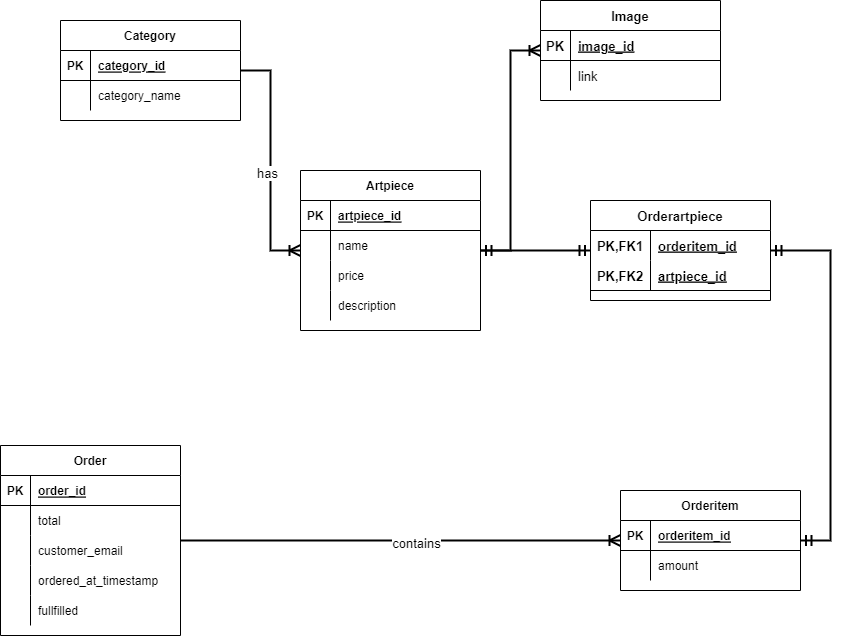
Above: src/main/resources/static/DatabaseModel.png in noTirT/store-backend (draw.io), before the change. Source tidied: cells renumbered, new cells last; positions are measured from the earlier drawing's top-left corner, leaving out a move shared by most shapes. Source of this version:
```xml
<mxGraphModel background="#FFFFFF">
  <root>
    <mxCell id="0" />
    <mxCell id="1" parent="0" />
    <mxCell id="2" value="Artpiece" style="shape=table;startSize=30;rowLines=0;fontStyle=1;align=center;" parent="1" vertex="1">
      <mxGeometry x="300" y="170" width="180" height="160" as="geometry" />
    </mxCell>
    <mxCell id="3" style="shape=tableRow;horizontal=0;startSize=0;swimlaneHead=0;swimlaneBody=0;fillColor=none;top=0;left=0;right=0;bottom=1;" parent="2" vertex="1">
      <mxGeometry y="30" width="180" height="30" as="geometry" />
    </mxCell>
    <mxCell id="4" value="PK" style="shape=partialRectangle;fillColor=none;top=0;left=0;bottom=0;right=0;fontStyle=1;overflow=hidden;" parent="3" vertex="1">
      <mxGeometry width="30" height="30" as="geometry" />
    </mxCell>
    <mxCell id="5" value="artpiece_id" style="shape=partialRectangle;fillColor=none;top=0;left=0;bottom=0;right=0;align=left;spacingLeft=6;fontStyle=5;overflow=hidden;" parent="3" vertex="1">
      <mxGeometry x="30" width="150" height="30" as="geometry" />
    </mxCell>
    <mxCell id="6" style="shape=tableRow;horizontal=0;startSize=0;swimlaneHead=0;swimlaneBody=0;fillColor=none;top=0;left=0;right=0;bottom=0;" parent="2" vertex="1">
      <mxGeometry y="60" width="180" height="30" as="geometry" />
    </mxCell>
    <mxCell id="7" style="shape=partialRectangle;fillColor=none;top=0;left=0;bottom=0;right=0;overflow=hidden;" parent="6" vertex="1">
      <mxGeometry width="30" height="30" as="geometry" />
    </mxCell>
    <mxCell id="8" value="name" style="shape=partialRectangle;fillColor=none;top=0;left=0;bottom=0;right=0;align=left;spacingLeft=6;overflow=hidden;" parent="6" vertex="1">
      <mxGeometry x="30" width="150" height="30" as="geometry" />
    </mxCell>
    <mxCell id="9" style="shape=tableRow;horizontal=0;startSize=0;swimlaneHead=0;swimlaneBody=0;fillColor=none;top=0;left=0;right=0;bottom=0;" parent="2" vertex="1">
      <mxGeometry y="90" width="180" height="30" as="geometry" />
    </mxCell>
    <mxCell id="10" style="shape=partialRectangle;fillColor=none;top=0;left=0;bottom=0;right=0;overflow=hidden;" parent="9" vertex="1">
      <mxGeometry width="30" height="30" as="geometry" />
    </mxCell>
    <mxCell id="11" value="price" style="shape=partialRectangle;fillColor=none;top=0;left=0;bottom=0;right=0;align=left;spacingLeft=6;overflow=hidden;" parent="9" vertex="1">
      <mxGeometry x="30" width="150" height="30" as="geometry" />
    </mxCell>
    <mxCell id="12" style="shape=tableRow;horizontal=0;startSize=0;swimlaneHead=0;swimlaneBody=0;fillColor=none;top=0;left=0;right=0;bottom=0;" parent="2" vertex="1">
      <mxGeometry y="120" width="180" height="30" as="geometry" />
    </mxCell>
    <mxCell id="13" style="shape=partialRectangle;fillColor=none;top=0;left=0;bottom=0;right=0;overflow=hidden;" parent="12" vertex="1">
      <mxGeometry width="30" height="30" as="geometry" />
    </mxCell>
    <mxCell id="14" value="description" style="shape=partialRectangle;fillColor=none;top=0;left=0;bottom=0;right=0;align=left;spacingLeft=6;overflow=hidden;" parent="12" vertex="1">
      <mxGeometry x="30" width="150" height="30" as="geometry" />
    </mxCell>
    <mxCell id="15" value="Category" style="shape=table;startSize=30;rowLines=0;fontStyle=1;align=center;" parent="1" vertex="1">
      <mxGeometry x="60" y="20" width="180" height="100" as="geometry" />
    </mxCell>
    <mxCell id="16" style="shape=tableRow;horizontal=0;startSize=0;swimlaneHead=0;swimlaneBody=0;fillColor=none;top=0;left=0;right=0;bottom=1;" parent="15" vertex="1">
      <mxGeometry y="30" width="180" height="30" as="geometry" />
    </mxCell>
    <mxCell id="17" value="PK" style="shape=partialRectangle;fillColor=none;top=0;left=0;bottom=0;right=0;fontStyle=1;overflow=hidden;" parent="16" vertex="1">
      <mxGeometry width="30" height="30" as="geometry" />
    </mxCell>
    <mxCell id="18" value="category_id" style="shape=partialRectangle;fillColor=none;top=0;left=0;bottom=0;right=0;align=left;spacingLeft=6;fontStyle=5;overflow=hidden;" parent="16" vertex="1">
      <mxGeometry x="30" width="150" height="30" as="geometry" />
    </mxCell>
    <mxCell id="19" style="shape=tableRow;horizontal=0;startSize=0;swimlaneHead=0;swimlaneBody=0;fillColor=none;top=0;left=0;right=0;bottom=0;" parent="15" vertex="1">
      <mxGeometry y="60" width="180" height="30" as="geometry" />
    </mxCell>
    <mxCell id="20" style="shape=partialRectangle;fillColor=none;top=0;left=0;bottom=0;right=0;overflow=hidden;" parent="19" vertex="1">
      <mxGeometry width="30" height="30" as="geometry" />
    </mxCell>
    <mxCell id="21" value="category_name" style="shape=partialRectangle;fillColor=none;top=0;left=0;bottom=0;right=0;align=left;spacingLeft=6;overflow=hidden;" parent="19" vertex="1">
      <mxGeometry x="30" width="150" height="30" as="geometry" />
    </mxCell>
    <mxCell id="22" value="Order" style="shape=table;startSize=30;rowLines=0;fontStyle=1;align=center;" parent="1" vertex="1">
      <mxGeometry y="445" width="180" height="190" as="geometry" />
    </mxCell>
    <mxCell id="23" style="shape=tableRow;horizontal=0;startSize=0;swimlaneHead=0;swimlaneBody=0;fillColor=none;top=0;left=0;right=0;bottom=1;" parent="22" vertex="1">
      <mxGeometry y="30" width="180" height="30" as="geometry" />
    </mxCell>
    <mxCell id="24" value="PK" style="shape=partialRectangle;fillColor=none;top=0;left=0;bottom=0;right=0;fontStyle=1;overflow=hidden;" parent="23" vertex="1">
      <mxGeometry width="30" height="30" as="geometry" />
    </mxCell>
    <mxCell id="25" value="order_id" style="shape=partialRectangle;fillColor=none;top=0;left=0;bottom=0;right=0;align=left;spacingLeft=6;fontStyle=5;overflow=hidden;" parent="23" vertex="1">
      <mxGeometry x="30" width="150" height="30" as="geometry" />
    </mxCell>
    <mxCell id="26" style="shape=tableRow;horizontal=0;startSize=0;swimlaneHead=0;swimlaneBody=0;fillColor=none;top=0;left=0;right=0;bottom=0;" parent="22" vertex="1">
      <mxGeometry y="60" width="180" height="30" as="geometry" />
    </mxCell>
    <mxCell id="27" style="shape=partialRectangle;fillColor=none;top=0;left=0;bottom=0;right=0;overflow=hidden;" parent="26" vertex="1">
      <mxGeometry width="30" height="30" as="geometry" />
    </mxCell>
    <mxCell id="28" value="total" style="shape=partialRectangle;fillColor=none;top=0;left=0;bottom=0;right=0;align=left;spacingLeft=6;overflow=hidden;" parent="26" vertex="1">
      <mxGeometry x="30" width="150" height="30" as="geometry" />
    </mxCell>
    <mxCell id="29" style="shape=tableRow;horizontal=0;startSize=0;swimlaneHead=0;swimlaneBody=0;fillColor=none;top=0;left=0;right=0;bottom=0;" parent="22" vertex="1">
      <mxGeometry y="90" width="180" height="30" as="geometry" />
    </mxCell>
    <mxCell id="30" style="shape=partialRectangle;fillColor=none;top=0;left=0;bottom=0;right=0;overflow=hidden;" parent="29" vertex="1">
      <mxGeometry width="30" height="30" as="geometry" />
    </mxCell>
    <mxCell id="31" value="customer_email" style="shape=partialRectangle;fillColor=none;top=0;left=0;bottom=0;right=0;align=left;spacingLeft=6;overflow=hidden;" parent="29" vertex="1">
      <mxGeometry x="30" width="150" height="30" as="geometry" />
    </mxCell>
    <mxCell id="32" style="shape=tableRow;horizontal=0;startSize=0;swimlaneHead=0;swimlaneBody=0;fillColor=none;top=0;left=0;right=0;bottom=0;" parent="22" vertex="1">
      <mxGeometry y="120" width="180" height="30" as="geometry" />
    </mxCell>
    <mxCell id="33" style="shape=partialRectangle;fillColor=none;top=0;left=0;bottom=0;right=0;overflow=hidden;" parent="32" vertex="1">
      <mxGeometry width="30" height="30" as="geometry" />
    </mxCell>
    <mxCell id="34" value="ordered_at_timestamp" style="shape=partialRectangle;fillColor=none;top=0;left=0;bottom=0;right=0;align=left;spacingLeft=6;overflow=hidden;" parent="32" vertex="1">
      <mxGeometry x="30" width="150" height="30" as="geometry" />
    </mxCell>
    <mxCell id="35" style="shape=tableRow;horizontal=0;startSize=0;swimlaneHead=0;swimlaneBody=0;fillColor=none;top=0;left=0;right=0;bottom=0;" parent="22" vertex="1">
      <mxGeometry y="150" width="180" height="30" as="geometry" />
    </mxCell>
    <mxCell id="36" style="shape=partialRectangle;fillColor=none;top=0;left=0;bottom=0;right=0;overflow=hidden;" parent="35" vertex="1">
      <mxGeometry width="30" height="30" as="geometry" />
    </mxCell>
    <mxCell id="37" value="fullfilled" style="shape=partialRectangle;fillColor=none;top=0;left=0;bottom=0;right=0;align=left;spacingLeft=6;overflow=hidden;" parent="35" vertex="1">
      <mxGeometry x="30" width="150" height="30" as="geometry" />
    </mxCell>
    <mxCell id="38" value="Orderitem" style="shape=table;startSize=30;rowLines=0;fontStyle=1;align=center;" parent="1" vertex="1">
      <mxGeometry x="620" y="490" width="180" height="100" as="geometry" />
    </mxCell>
    <mxCell id="39" style="shape=tableRow;horizontal=0;startSize=0;swimlaneHead=0;swimlaneBody=0;fillColor=none;top=0;left=0;right=0;bottom=1;" parent="38" vertex="1">
      <mxGeometry y="30" width="180" height="30" as="geometry" />
    </mxCell>
    <mxCell id="40" value="PK" style="shape=partialRectangle;fillColor=none;top=0;left=0;bottom=0;right=0;fontStyle=1;overflow=hidden;" parent="39" vertex="1">
      <mxGeometry width="30" height="30" as="geometry" />
    </mxCell>
    <mxCell id="41" value="orderitem_id" style="shape=partialRectangle;fillColor=none;top=0;left=0;bottom=0;right=0;align=left;spacingLeft=6;fontStyle=5;overflow=hidden;" parent="39" vertex="1">
      <mxGeometry x="30" width="150" height="30" as="geometry" />
    </mxCell>
    <mxCell id="42" style="shape=tableRow;horizontal=0;startSize=0;swimlaneHead=0;swimlaneBody=0;fillColor=none;top=0;left=0;right=0;bottom=0;" parent="38" vertex="1">
      <mxGeometry y="60" width="180" height="30" as="geometry" />
    </mxCell>
    <mxCell id="43" style="shape=partialRectangle;fillColor=none;top=0;left=0;bottom=0;right=0;overflow=hidden;" parent="42" vertex="1">
      <mxGeometry width="30" height="30" as="geometry" />
    </mxCell>
    <mxCell id="44" value="amount   " style="shape=partialRectangle;fillColor=none;top=0;left=0;bottom=0;right=0;align=left;spacingLeft=6;overflow=hidden;" parent="42" vertex="1">
      <mxGeometry x="30" width="150" height="30" as="geometry" />
    </mxCell>
    <mxCell id="45" style="edgeStyle=entityRelationEdgeStyle;fontSize=12;html=1;endArrow=ERoneToMany;rounded=0;endSize=8;startSize=8;strokeWidth=2;" parent="1" edge="1" source="22" target="38">
      <mxGeometry relative="1" as="geometry" />
    </mxCell>
    <mxCell id="46" value="&lt;font style=&quot;font-size: 13px;&quot;&gt;contains&lt;/font&gt;" style="edgeLabel;html=1;align=center;verticalAlign=middle;" parent="45" vertex="1">
      <mxGeometry x="0.07" y="-2" relative="1" as="geometry" />
    </mxCell>
    <mxCell id="47" style="edgeStyle=entityRelationEdgeStyle;fontSize=12;html=1;endArrow=ERoneToMany;rounded=0;startSize=8;endSize=8;strokeWidth=2;" parent="1" edge="1" source="15" target="2">
      <mxGeometry relative="1" as="geometry" />
    </mxCell>
    <mxCell id="48" value="has" style="edgeLabel;html=1;align=center;verticalAlign=middle;fontSize=13;" parent="47" vertex="1">
      <mxGeometry x="0.1" y="-3" relative="1" as="geometry">
        <mxPoint x="-1" as="offset" />
      </mxGeometry>
    </mxCell>
    <mxCell id="49" value="Orderartpiece" style="shape=table;startSize=30;rowLines=0;fontStyle=1;align=center;fontSize=13;" parent="1" vertex="1">
      <mxGeometry x="590" y="200" width="180" height="100" as="geometry" />
    </mxCell>
    <mxCell id="50" style="shape=tableRow;horizontal=0;startSize=0;swimlaneHead=0;swimlaneBody=0;fillColor=none;top=0;left=0;right=0;bottom=0;fontSize=13;" parent="49" vertex="1">
      <mxGeometry y="30" width="180" height="30" as="geometry" />
    </mxCell>
    <mxCell id="51" value="PK,FK1" style="shape=partialRectangle;fillColor=none;top=0;left=0;bottom=0;right=0;fontStyle=1;overflow=hidden;fontSize=13;" parent="50" vertex="1">
      <mxGeometry width="60" height="30" as="geometry" />
    </mxCell>
    <mxCell id="52" value="orderitem_id" style="shape=partialRectangle;fillColor=none;top=0;left=0;bottom=0;right=0;align=left;spacingLeft=6;fontStyle=5;overflow=hidden;fontSize=13;" parent="50" vertex="1">
      <mxGeometry x="60" width="120" height="30" as="geometry" />
    </mxCell>
    <mxCell id="53" style="shape=tableRow;horizontal=0;startSize=0;swimlaneHead=0;swimlaneBody=0;fillColor=none;top=0;left=0;right=0;bottom=1;fontSize=13;" parent="49" vertex="1">
      <mxGeometry y="60" width="180" height="30" as="geometry" />
    </mxCell>
    <mxCell id="54" value="PK,FK2" style="shape=partialRectangle;fillColor=none;top=0;left=0;bottom=0;right=0;fontStyle=1;overflow=hidden;fontSize=13;" parent="53" vertex="1">
      <mxGeometry width="60" height="30" as="geometry" />
    </mxCell>
    <mxCell id="55" value="artpiece_id" style="shape=partialRectangle;fillColor=none;top=0;left=0;bottom=0;right=0;align=left;spacingLeft=6;fontStyle=5;overflow=hidden;fontSize=13;" parent="53" vertex="1">
      <mxGeometry x="60" width="120" height="30" as="geometry" />
    </mxCell>
    <mxCell id="56" style="edgeStyle=entityRelationEdgeStyle;fontSize=12;html=1;endArrow=ERmandOne;startArrow=ERmandOne;rounded=0;startSize=8;endSize=8;strokeWidth=2;" parent="1" edge="1" source="2" target="49">
      <mxGeometry relative="1" as="geometry" />
    </mxCell>
    <mxCell id="57" style="edgeStyle=entityRelationEdgeStyle;fontSize=12;html=1;endArrow=ERmandOne;startArrow=ERmandOne;rounded=0;startSize=8;endSize=8;strokeWidth=2;" parent="1" edge="1" source="38" target="49">
      <mxGeometry relative="1" as="geometry" />
    </mxCell>
    <mxCell id="58" value="Image" style="shape=table;startSize=30;rowLines=0;fontStyle=1;align=center;fontSize=13;" parent="1" vertex="1">
      <mxGeometry x="540" width="180" height="100" as="geometry" />
    </mxCell>
    <mxCell id="59" style="shape=tableRow;horizontal=0;startSize=0;swimlaneHead=0;swimlaneBody=0;fillColor=none;top=0;left=0;right=0;bottom=1;fontSize=13;" parent="58" vertex="1">
      <mxGeometry y="30" width="180" height="30" as="geometry" />
    </mxCell>
    <mxCell id="60" value="PK" style="shape=partialRectangle;fillColor=none;top=0;left=0;bottom=0;right=0;fontStyle=1;overflow=hidden;fontSize=13;" parent="59" vertex="1">
      <mxGeometry width="30" height="30" as="geometry" />
    </mxCell>
    <mxCell id="61" value="image_id" style="shape=partialRectangle;fillColor=none;top=0;left=0;bottom=0;right=0;align=left;spacingLeft=6;fontStyle=5;overflow=hidden;fontSize=13;" parent="59" vertex="1">
      <mxGeometry x="30" width="150" height="30" as="geometry" />
    </mxCell>
    <mxCell id="62" style="shape=tableRow;horizontal=0;startSize=0;swimlaneHead=0;swimlaneBody=0;fillColor=none;top=0;left=0;right=0;bottom=0;fontSize=13;" parent="58" vertex="1">
      <mxGeometry y="60" width="180" height="30" as="geometry" />
    </mxCell>
    <mxCell id="63" style="shape=partialRectangle;fillColor=none;top=0;left=0;bottom=0;right=0;overflow=hidden;fontSize=13;" parent="62" vertex="1">
      <mxGeometry width="30" height="30" as="geometry" />
    </mxCell>
    <mxCell id="64" value="link" style="shape=partialRectangle;fillColor=none;top=0;left=0;bottom=0;right=0;align=left;spacingLeft=6;overflow=hidden;fontSize=13;" parent="62" vertex="1">
      <mxGeometry x="30" width="150" height="30" as="geometry" />
    </mxCell>
    <mxCell id="65" style="edgeStyle=entityRelationEdgeStyle;fontSize=12;html=1;endArrow=ERoneToMany;rounded=0;startSize=8;endSize=8;strokeWidth=2;" parent="1" edge="1" source="2" target="58">
      <mxGeometry relative="1" as="geometry" />
    </mxCell>
  </root>
</mxGraphModel>
```
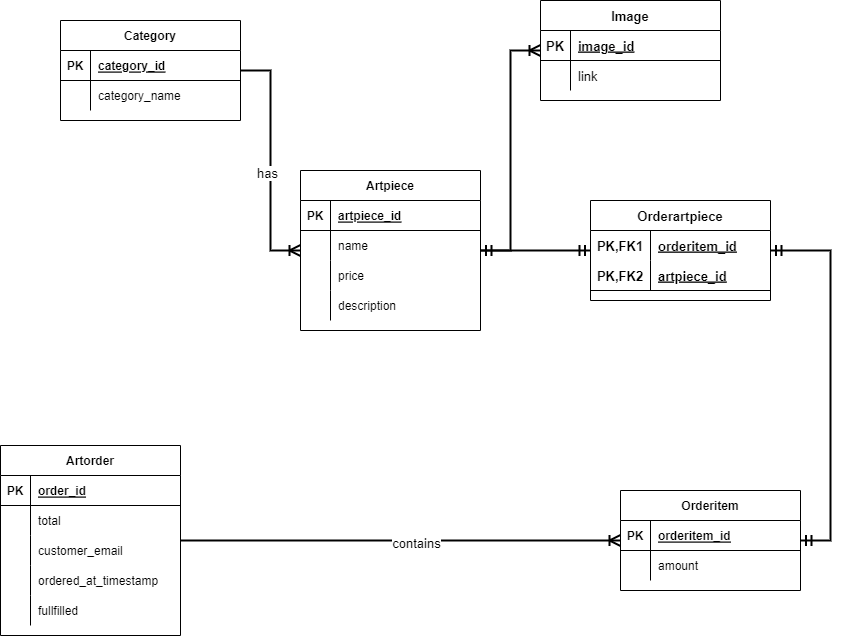
Later version of the same file.

Diff of the diagram source:
```diff
@@ -62,7 +62,7 @@
     <mxCell id="21" value="category_name" style="shape=partialRectangle;fillColor=none;top=0;left=0;bottom=0;right=0;align=left;spacingLeft=6;overflow=hidden;" parent="19" vertex="1">
       <mxGeometry x="30" width="150" height="30" as="geometry" />
     </mxCell>
-    <mxCell id="22" value="Order" style="shape=table;startSize=30;rowLines=0;fontStyle=1;align=center;" parent="1" vertex="1">
+    <mxCell id="22" value="Artorder" style="shape=table;startSize=30;rowLines=0;fontStyle=1;align=center;" parent="1" vertex="1">
       <mxGeometry y="445" width="180" height="190" as="geometry" />
     </mxCell>
     <mxCell id="23" style="shape=tableRow;horizontal=0;startSize=0;swimlaneHead=0;swimlaneBody=0;fillColor=none;top=0;left=0;right=0;bottom=1;" parent="22" vertex="1">
```
